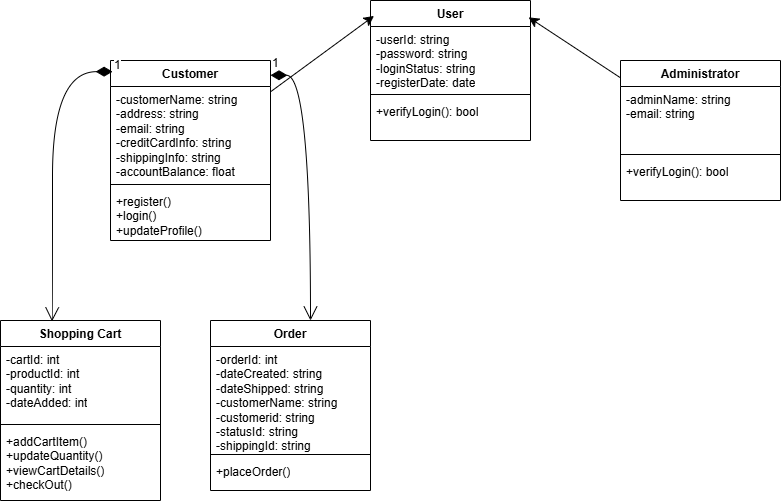
Earlier version of the draw.io export 动物园.png (Huxhao/drawio-diagrams). Source tidied: cells renumbered, new cells last; positions are measured from the earlier drawing's top-left corner, leaving out a move shared by most shapes. Its diagram source:
```xml
<mxGraphModel>
  <root>
    <mxCell id="0" />
    <mxCell id="1" parent="0" />
    <mxCell id="2" value="User" style="swimlane;fontStyle=1;align=center;verticalAlign=top;horizontal=1;startSize=26;whiteSpace=wrap;html=1;" parent="1" vertex="1">
      <mxGeometry x="370" width="160" height="140" as="geometry" />
    </mxCell>
    <mxCell id="3" value="-userId: string&lt;div&gt;-password: string&lt;/div&gt;&lt;div&gt;-loginStatus: string&lt;/div&gt;&lt;div&gt;-registerDate: date&lt;/div&gt;" style="text;strokeColor=none;fillColor=none;align=left;verticalAlign=top;spacingLeft=4;spacingRight=4;overflow=hidden;whiteSpace=wrap;html=1;" parent="2" vertex="1">
      <mxGeometry y="26" width="160" height="64" as="geometry" />
    </mxCell>
    <mxCell id="4" style="line;strokeWidth=1;fillColor=none;align=left;verticalAlign=middle;spacingTop=-1;spacingLeft=3;spacingRight=3;labelPosition=right;strokeColor=inherit;" parent="2" vertex="1">
      <mxGeometry y="90" width="160" height="8" as="geometry" />
    </mxCell>
    <mxCell id="5" value="+verifyLogin(): bool" style="text;strokeColor=none;fillColor=none;align=left;verticalAlign=top;spacingLeft=4;spacingRight=4;overflow=hidden;whiteSpace=wrap;html=1;" parent="2" vertex="1">
      <mxGeometry y="98" width="160" height="42" as="geometry" />
    </mxCell>
    <mxCell id="6" style="edgeStyle=none;curved=1;rounded=0;jettySize=auto;html=1;fontSize=12;startSize=8;endSize=8;entryX=0.022;entryY=0.11;entryDx=0;entryDy=0;entryPerimeter=0;" parent="1" edge="1" source="7" target="2">
      <mxGeometry relative="1" as="geometry" />
    </mxCell>
    <mxCell id="7" value="Customer" style="swimlane;fontStyle=1;align=center;verticalAlign=top;horizontal=1;startSize=26;whiteSpace=wrap;html=1;" parent="1" vertex="1">
      <mxGeometry x="110" y="60" width="160" height="180" as="geometry" />
    </mxCell>
    <mxCell id="8" value="-customerName: string&lt;div&gt;-address: string&lt;/div&gt;&lt;div&gt;-email: string&lt;/div&gt;&lt;div&gt;-creditCardInfo: string&lt;/div&gt;&lt;div&gt;-shippingInfo: string&lt;/div&gt;&lt;div&gt;-accountBalance: float&lt;/div&gt;" style="text;strokeColor=none;fillColor=none;align=left;verticalAlign=top;spacingLeft=4;spacingRight=4;overflow=hidden;whiteSpace=wrap;html=1;" parent="7" vertex="1">
      <mxGeometry y="26" width="160" height="94" as="geometry" />
    </mxCell>
    <mxCell id="9" style="line;strokeWidth=1;fillColor=none;align=left;verticalAlign=middle;spacingTop=-1;spacingLeft=3;spacingRight=3;labelPosition=right;strokeColor=inherit;" parent="7" vertex="1">
      <mxGeometry y="120" width="160" height="8" as="geometry" />
    </mxCell>
    <mxCell id="10" value="+register()&lt;div&gt;+login()&lt;/div&gt;&lt;div&gt;+updateProfile()&lt;/div&gt;" style="text;strokeColor=none;fillColor=none;align=left;verticalAlign=top;spacingLeft=4;spacingRight=4;overflow=hidden;whiteSpace=wrap;html=1;" parent="7" vertex="1">
      <mxGeometry y="128" width="160" height="52" as="geometry" />
    </mxCell>
    <mxCell id="11" style="edgeStyle=none;curved=1;rounded=0;jettySize=auto;html=1;fontSize=12;startSize=8;endSize=8;entryX=0.988;entryY=0.12;entryDx=0;entryDy=0;entryPerimeter=0;" parent="1" edge="1" source="12" target="2">
      <mxGeometry relative="1" as="geometry" />
    </mxCell>
    <mxCell id="12" value="Administrator" style="swimlane;fontStyle=1;align=center;verticalAlign=top;horizontal=1;startSize=26;whiteSpace=wrap;html=1;" parent="1" vertex="1">
      <mxGeometry x="620" y="60" width="160" height="140" as="geometry" />
    </mxCell>
    <mxCell id="13" value="-adminName: string&lt;div&gt;-email: string&lt;/div&gt;" style="text;strokeColor=none;fillColor=none;align=left;verticalAlign=top;spacingLeft=4;spacingRight=4;overflow=hidden;whiteSpace=wrap;html=1;" parent="12" vertex="1">
      <mxGeometry y="26" width="160" height="64" as="geometry" />
    </mxCell>
    <mxCell id="14" style="line;strokeWidth=1;fillColor=none;align=left;verticalAlign=middle;spacingTop=-1;spacingLeft=3;spacingRight=3;labelPosition=right;strokeColor=inherit;" parent="12" vertex="1">
      <mxGeometry y="90" width="160" height="8" as="geometry" />
    </mxCell>
    <mxCell id="15" value="+verifyLogin(): bool" style="text;strokeColor=none;fillColor=none;align=left;verticalAlign=top;spacingLeft=4;spacingRight=4;overflow=hidden;whiteSpace=wrap;html=1;" parent="12" vertex="1">
      <mxGeometry y="98" width="160" height="42" as="geometry" />
    </mxCell>
    <mxCell id="16" value="Shopping Cart" style="swimlane;fontStyle=1;align=center;verticalAlign=top;horizontal=1;startSize=26;whiteSpace=wrap;html=1;" parent="1" vertex="1">
      <mxGeometry y="320" width="160" height="180" as="geometry" />
    </mxCell>
    <mxCell id="17" value="-cartId: int&lt;div&gt;-productId: int&lt;/div&gt;&lt;div&gt;-quantity: int&lt;/div&gt;&lt;div&gt;-dateAdded: int&lt;/div&gt;" style="text;strokeColor=none;fillColor=none;align=left;verticalAlign=top;spacingLeft=4;spacingRight=4;overflow=hidden;whiteSpace=wrap;html=1;" parent="16" vertex="1">
      <mxGeometry y="26" width="160" height="74" as="geometry" />
    </mxCell>
    <mxCell id="18" style="line;strokeWidth=1;fillColor=none;align=left;verticalAlign=middle;spacingTop=-1;spacingLeft=3;spacingRight=3;labelPosition=right;strokeColor=inherit;" parent="16" vertex="1">
      <mxGeometry y="100" width="160" height="8" as="geometry" />
    </mxCell>
    <mxCell id="19" value="+addCartItem()&lt;div&gt;+updateQuantity()&lt;/div&gt;&lt;div&gt;+viewCartDetails()&lt;/div&gt;&lt;div&gt;+checkOut()&lt;/div&gt;" style="text;strokeColor=none;fillColor=none;align=left;verticalAlign=top;spacingLeft=4;spacingRight=4;overflow=hidden;whiteSpace=wrap;html=1;" parent="16" vertex="1">
      <mxGeometry y="108" width="160" height="72" as="geometry" />
    </mxCell>
    <mxCell id="20" value="Order" style="swimlane;fontStyle=1;align=center;verticalAlign=top;horizontal=1;startSize=26;whiteSpace=wrap;html=1;" parent="1" vertex="1">
      <mxGeometry x="210" y="320" width="160" height="170" as="geometry" />
    </mxCell>
    <mxCell id="21" value="-orderId: int&lt;div&gt;-dateCreated: string&lt;/div&gt;&lt;div&gt;-dateShipped: string&lt;/div&gt;&lt;div&gt;-customerName: string&lt;/div&gt;&lt;div&gt;-customerid: string&lt;/div&gt;&lt;div&gt;-statusId: string&lt;/div&gt;&lt;div&gt;-shippingId: string&lt;/div&gt;" style="text;strokeColor=none;fillColor=none;align=left;verticalAlign=top;spacingLeft=4;spacingRight=4;overflow=hidden;whiteSpace=wrap;html=1;" parent="20" vertex="1">
      <mxGeometry y="26" width="160" height="104" as="geometry" />
    </mxCell>
    <mxCell id="22" style="line;strokeWidth=1;fillColor=none;align=left;verticalAlign=middle;spacingTop=-1;spacingLeft=3;spacingRight=3;labelPosition=right;strokeColor=inherit;" parent="20" vertex="1">
      <mxGeometry y="130" width="160" height="8" as="geometry" />
    </mxCell>
    <mxCell id="23" value="+placeOrder()" style="text;strokeColor=none;fillColor=none;align=left;verticalAlign=top;spacingLeft=4;spacingRight=4;overflow=hidden;whiteSpace=wrap;html=1;" parent="20" vertex="1">
      <mxGeometry y="138" width="160" height="32" as="geometry" />
    </mxCell>
    <mxCell id="24" value="1" style="endArrow=open;html=1;endSize=12;startArrow=diamondThin;startSize=14;startFill=1;edgeStyle=orthogonalEdgeStyle;align=left;verticalAlign=bottom;rounded=0;fontSize=12;curved=1;exitX=0.013;exitY=0.062;exitDx=0;exitDy=0;exitPerimeter=0;entryX=0.322;entryY=0.005;entryDx=0;entryDy=0;entryPerimeter=0;" parent="1" edge="1" source="7" target="16">
      <mxGeometry x="-1" y="3" relative="1" as="geometry">
        <Array as="points">
          <mxPoint x="52" y="71" />
          <mxPoint x="52" y="280" />
        </Array>
      </mxGeometry>
    </mxCell>
    <mxCell id="25" value="1" style="endArrow=open;html=1;endSize=12;startArrow=diamondThin;startSize=14;startFill=1;edgeStyle=orthogonalEdgeStyle;align=left;verticalAlign=bottom;rounded=0;fontSize=12;curved=1;exitX=1;exitY=0.082;exitDx=0;exitDy=0;exitPerimeter=0;entryX=0.625;entryY=0;entryDx=0;entryDy=0;entryPerimeter=0;" parent="1" edge="1" source="7" target="20">
      <mxGeometry x="-1" y="3" relative="1" as="geometry" />
    </mxCell>
  </root>
</mxGraphModel>
```
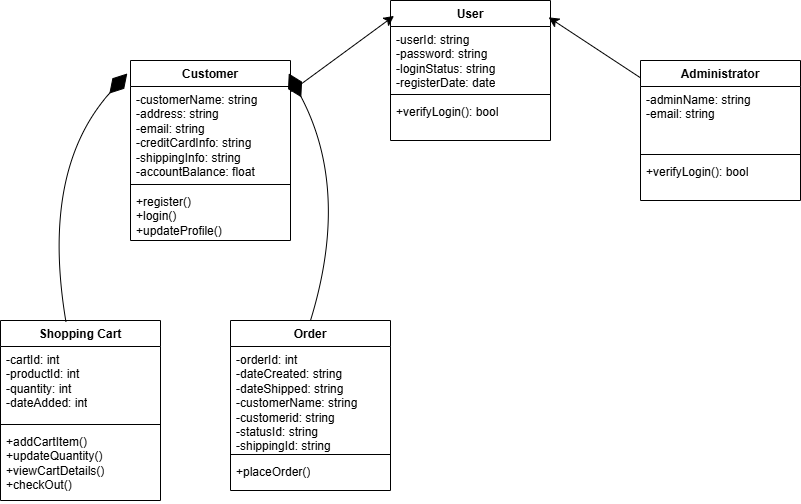
Later version of the same file.

Commit message:
更新动物园.png

Change to the diagram source:
```diff
@@ -45,7 +45,7 @@
       <mxGeometry y="98" width="160" height="42" as="geometry" />
     </mxCell>
     <mxCell id="16" value="Shopping Cart" style="swimlane;fontStyle=1;align=center;verticalAlign=top;horizontal=1;startSize=26;whiteSpace=wrap;html=1;" parent="1" vertex="1">
-      <mxGeometry y="320" width="160" height="180" as="geometry" />
+      <mxGeometry x="-20" y="320" width="160" height="180" as="geometry" />
     </mxCell>
     <mxCell id="17" value="-cartId: int&lt;div&gt;-productId: int&lt;/div&gt;&lt;div&gt;-quantity: int&lt;/div&gt;&lt;div&gt;-dateAdded: int&lt;/div&gt;" style="text;strokeColor=none;fillColor=none;align=left;verticalAlign=top;spacingLeft=4;spacingRight=4;overflow=hidden;whiteSpace=wrap;html=1;" parent="16" vertex="1">
       <mxGeometry y="26" width="160" height="74" as="geometry" />
@@ -68,16 +68,19 @@
     <mxCell id="23" value="+placeOrder()" style="text;strokeColor=none;fillColor=none;align=left;verticalAlign=top;spacingLeft=4;spacingRight=4;overflow=hidden;whiteSpace=wrap;html=1;" parent="20" vertex="1">
       <mxGeometry y="138" width="160" height="32" as="geometry" />
     </mxCell>
-    <mxCell id="24" value="1" style="endArrow=open;html=1;endSize=12;startArrow=diamondThin;startSize=14;startFill=1;edgeStyle=orthogonalEdgeStyle;align=left;verticalAlign=bottom;rounded=0;fontSize=12;curved=1;exitX=0.013;exitY=0.062;exitDx=0;exitDy=0;exitPerimeter=0;entryX=0.322;entryY=0.005;entryDx=0;entryDy=0;entryPerimeter=0;" parent="1" edge="1" source="7" target="16">
-      <mxGeometry x="-1" y="3" relative="1" as="geometry">
-        <Array as="points">
-          <mxPoint x="52" y="71" />
-          <mxPoint x="52" y="280" />
-        </Array>
-      </mxGeometry>
-    </mxCell>
-    <mxCell id="25" value="1" style="endArrow=open;html=1;endSize=12;startArrow=diamondThin;startSize=14;startFill=1;edgeStyle=orthogonalEdgeStyle;align=left;verticalAlign=bottom;rounded=0;fontSize=12;curved=1;exitX=1;exitY=0.082;exitDx=0;exitDy=0;exitPerimeter=0;entryX=0.625;entryY=0;entryDx=0;entryDy=0;entryPerimeter=0;" parent="1" edge="1" source="7" target="20">
-      <mxGeometry x="-1" y="3" relative="1" as="geometry" />
-    </mxCell>
+    <mxCell id="26" style="endArrow=diamondThin;endFill=1;endSize=24;html=1;rounded=0;fontSize=12;curved=1;exitX=0.409;exitY=0.007;exitDx=0;exitDy=0;exitPerimeter=0;entryX=-0.02;entryY=0.072;entryDx=0;entryDy=0;entryPerimeter=0;" parent="1" edge="1" source="16" target="7">
+      <mxGeometry relative="1" as="geometry">
+        <Array as="points">
+          <mxPoint x="20" y="170" />
+        </Array>
+      </mxGeometry>
+    </mxCell>
+    <mxCell id="27" style="endArrow=diamondThin;endFill=1;endSize=24;html=1;rounded=0;fontSize=12;curved=1;exitX=0.5;exitY=0;exitDx=0;exitDy=0;entryX=0.989;entryY=0.072;entryDx=0;entryDy=0;entryPerimeter=0;" parent="1" edge="1" source="20" target="7">
+      <mxGeometry relative="1" as="geometry">
+        <Array as="points">
+          <mxPoint x="330" y="190" />
+        </Array>
+      </mxGeometry>
+    </mxCell>
   </root>
 </mxGraphModel>
```
